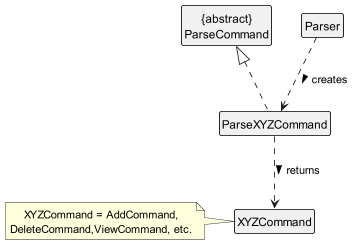
nus-cs2113-AY2223S2/tp keeps this PlantUML diagram as docs/static/frontend/parser/ParserClassDiagram.png. Above is the earlier version.
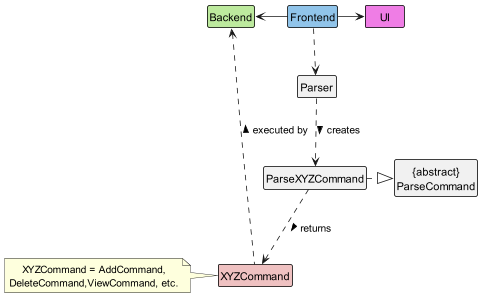
Later version of the same file.

Commit message:
Update parser class diagram

Diff of the diagram source:
```diff
@@ -1,17 +1,23 @@
 @startuml
 !include ../../Style.puml
+scale 1.3
 hide members
+class Frontend #90C4EA
+class Backend #BDEA9E
+class UI #EF7DE5
 class Parser
-
-scale 1.2
 class ParseXYZCommand
 class "{abstract}\nParseCommand"
-class XYZCommand
+class XYZCommand #EFC1C1
 note left: XYZCommand = AddCommand,\nDeleteCommand,ViewCommand, etc.
 
+Frontend ..> Parser
+Frontend -left-> Backend
+Frontend -> UI
 Parser ..> ParseXYZCommand : creates >
-ParseXYZCommand .up.|> "{abstract}\nParseCommand"
+ParseXYZCommand .right.|> "{abstract}\nParseCommand"
 ParseXYZCommand ..> XYZCommand : returns >
+XYZCommand .up.> Backend : executed by >
 
 
 
```
